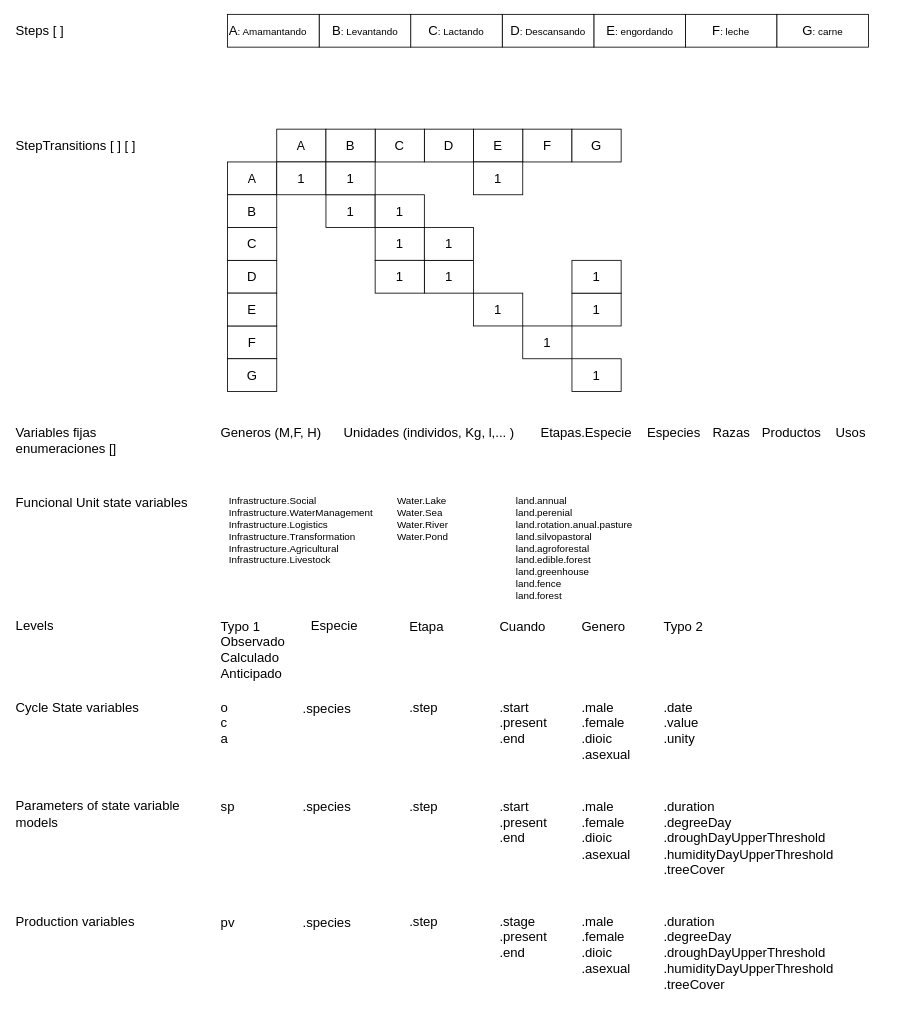
Earlier version of the draw.io diagram page "Genérico" (1 of 2) of CyclesModels.drawio (stdupas/app.agromaker). Source tidied: cells renumbered, new cells numbered last; positions are measured from the earlier drawing's top-left corner, leaving out a move shared by most shapes. Both pictures are drawn from the tidied source at 82%, with x=0, y=0 at pixel (14, 14).
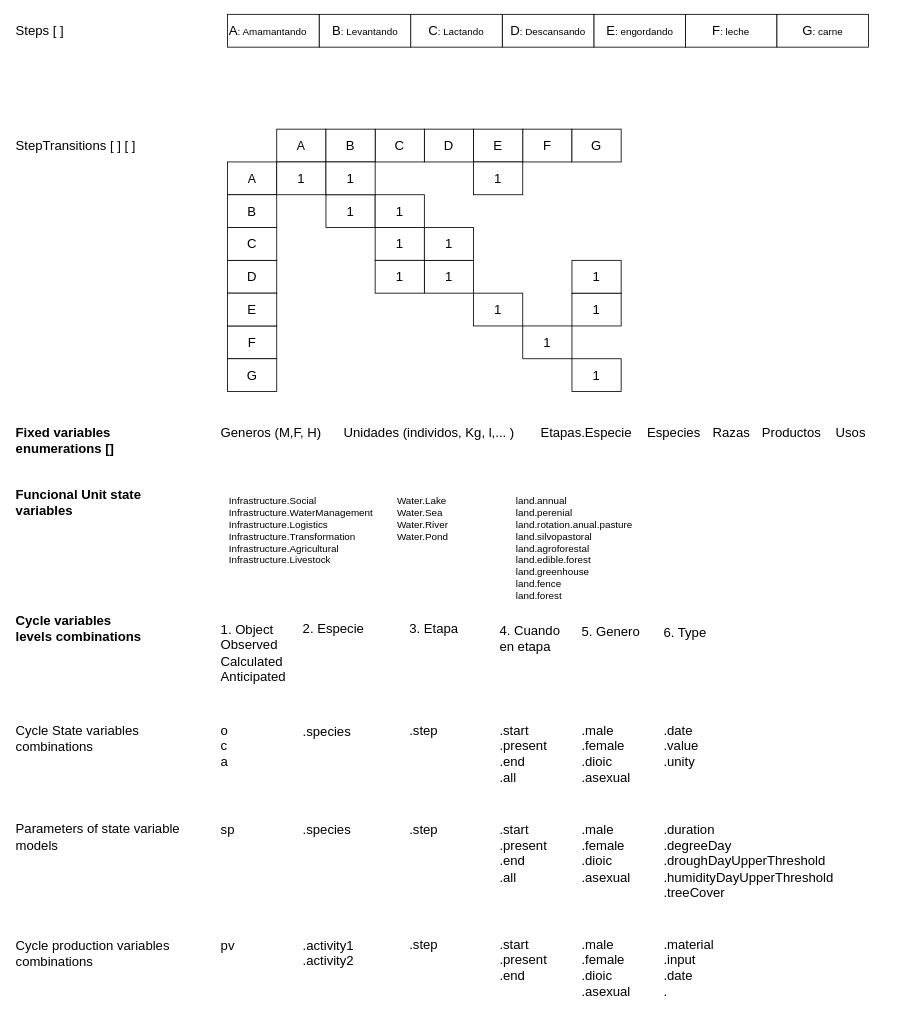
The same diagram, later.

Change to the diagram source:
```diff
@@
-    <mxCell id="4" value="Variables fijas enumeraciones [] " style="text;html=1;strokeColor=none;fillColor=none;align=left;verticalAlign=middle;whiteSpace=wrap;rounded=0;fontSize=16;" parent="1" vertex="1">
+    <mxCell id="4" value="&lt;div&gt;Fixed variables&lt;/div&gt;&lt;div&gt;enumerations [] &lt;/div&gt;" style="text;html=1;strokeColor=none;fillColor=none;align=left;verticalAlign=middle;whiteSpace=wrap;rounded=0;fontSize=16;fontStyle=1;" parent="1" vertex="1">
       <mxGeometry y="500" width="200" height="40" as="geometry" />
     </mxCell>
@@
-    <mxCell id="7" value="Levels" style="text;html=1;strokeColor=none;fillColor=none;align=left;verticalAlign=middle;whiteSpace=wrap;rounded=0;fontSize=16;" parent="1" vertex="1">
-      <mxGeometry y="730" width="160" height="30" as="geometry" />
+    <mxCell id="7" value="Cycle variables levels combinations" style="text;html=1;strokeColor=none;fillColor=none;align=left;verticalAlign=middle;whiteSpace=wrap;rounded=0;fontSize=16;fontStyle=1;" parent="1" vertex="1">
+      <mxGeometry y="734" width="160" height="30" as="geometry" />
     </mxCell>
@@
-    <mxCell id="47" value="&lt;div style=&quot;font-size: 16px;&quot;&gt;Typo 1&lt;br&gt;Observado&lt;/div&gt;&lt;div style=&quot;font-size: 16px;&quot;&gt;Calculado&lt;/div&gt;Anticipado" style="text;whiteSpace=wrap;html=1;fontSize=16;verticalAlign=top;" parent="1" vertex="1">
-      <mxGeometry x="250" y="730" width="100" height="90" as="geometry" />
-    </mxCell>
     <mxCell id="48" value="&lt;div style=&quot;font-size: 16px;&quot;&gt;o&lt;/div&gt;&lt;div style=&quot;font-size: 16px;&quot;&gt;c&lt;/div&gt;&lt;div style=&quot;font-size: 16px;&quot;&gt;a&lt;br style=&quot;font-size: 16px;&quot;&gt;&lt;/div&gt;" style="text;whiteSpace=wrap;html=1;fontSize=16;verticalAlign=top;" parent="1" vertex="1">
-      <mxGeometry x="250" y="829" width="100" height="90" as="geometry" />
+      <mxGeometry x="250" y="857" width="100" height="90" as="geometry" />
     </mxCell>
-    <mxCell id="49" value="Etapa" style="text;whiteSpace=wrap;html=1;fontSize=16;verticalAlign=top;" parent="1" vertex="1">
-      <mxGeometry x="480" y="730" width="100" height="90" as="geometry" />
-    </mxCell>
     <mxCell id="50" value=".step" style="text;whiteSpace=wrap;html=1;fontSize=16;verticalAlign=top;" parent="1" vertex="1">
-      <mxGeometry x="480" y="829" width="100" height="90" as="geometry" />
+      <mxGeometry x="480" y="857" width="100" height="90" as="geometry" />
     </mxCell>
-    <mxCell id="51" value="Cuando" style="text;whiteSpace=wrap;html=1;fontSize=16;verticalAlign=top;" parent="1" vertex="1">
-      <mxGeometry x="590" y="730" width="100" height="70" as="geometry" />
-    </mxCell>
-    <mxCell id="52" value="&lt;div&gt;.start&lt;/div&gt;&lt;div&gt;.present&lt;/div&gt;&lt;div&gt;.end&lt;br&gt;&lt;/div&gt;" style="text;whiteSpace=wrap;html=1;fontSize=16;verticalAlign=top;" parent="1" vertex="1">
-      <mxGeometry x="590" y="829" width="100" height="90" as="geometry" />
+    <mxCell id="52" value="&lt;div&gt;.start&lt;/div&gt;&lt;div&gt;.present&lt;/div&gt;&lt;div&gt;.end&lt;/div&gt;&lt;div&gt;.all&lt;br&gt;&lt;/div&gt;" style="text;whiteSpace=wrap;html=1;fontSize=16;verticalAlign=top;" parent="1" vertex="1">
+      <mxGeometry x="590" y="857" width="100" height="90" as="geometry" />
     </mxCell>
-    <mxCell id="53" value="Genero" style="text;whiteSpace=wrap;html=1;fontSize=16;verticalAlign=top;" parent="1" vertex="1">
-      <mxGeometry x="690" y="730" width="100" height="70" as="geometry" />
-    </mxCell>
     <mxCell id="54" value="&lt;div&gt;.male&lt;/div&gt;&lt;div&gt;.female&lt;br&gt;&lt;/div&gt;&lt;div&gt;.dioic&lt;/div&gt;&lt;div&gt;.asexual&lt;br&gt;&lt;/div&gt;" style="text;whiteSpace=wrap;html=1;fontSize=16;verticalAlign=top;" parent="1" vertex="1">
-      <mxGeometry x="690" y="829" width="100" height="80" as="geometry" />
+      <mxGeometry x="690" y="857" width="100" height="80" as="geometry" />
     </mxCell>
-    <mxCell id="55" value="Typo 2" style="text;whiteSpace=wrap;html=1;fontSize=16;verticalAlign=top;" parent="1" vertex="1">
-      <mxGeometry x="790" y="730" width="100" height="70" as="geometry" />
-    </mxCell>
     <mxCell id="56" value="&lt;div&gt;.date&lt;/div&gt;&lt;div&gt;.value&lt;/div&gt;&lt;div&gt;.unity&lt;br&gt;&lt;/div&gt;" style="text;whiteSpace=wrap;html=1;fontSize=16;verticalAlign=top;" parent="1" vertex="1">
-      <mxGeometry x="790" y="829" width="100" height="80" as="geometry" />
+      <mxGeometry x="790" y="857" width="100" height="80" as="geometry" />
     </mxCell>
-    <mxCell id="57" value="Cycle State variables " style="text;html=1;strokeColor=none;fillColor=none;align=left;verticalAlign=middle;whiteSpace=wrap;rounded=0;fontSize=16;" parent="1" vertex="1">
-      <mxGeometry y="830" width="220" height="30" as="geometry" />
+    <mxCell id="57" value="Cycle State variables combinations" style="text;html=1;strokeColor=none;fillColor=none;align=left;verticalAlign=middle;whiteSpace=wrap;rounded=0;fontSize=16;" parent="1" vertex="1">
+      <mxGeometry y="868" width="220" height="30" as="geometry" />
     </mxCell>
     <mxCell id="58" value="Parameters of state variable models" style="text;html=1;strokeColor=none;fillColor=none;align=left;verticalAlign=middle;whiteSpace=wrap;rounded=0;fontSize=16;" parent="1" vertex="1">
-      <mxGeometry y="960" width="220" height="30" as="geometry" />
+      <mxGeometry y="988" width="220" height="30" as="geometry" />
     </mxCell>
     <mxCell id="59" value="sp" style="text;whiteSpace=wrap;html=1;fontSize=16;verticalAlign=top;" parent="1" vertex="1">
-      <mxGeometry x="250" y="950" width="60" height="60" as="geometry" />
+      <mxGeometry x="250" y="978" width="60" height="60" as="geometry" />
     </mxCell>
     <mxCell id="60" value=".step" style="text;whiteSpace=wrap;html=1;fontSize=16;verticalAlign=top;" parent="1" vertex="1">
-      <mxGeometry x="480" y="950" width="100" height="90" as="geometry" />
+      <mxGeometry x="480" y="978" width="100" height="90" as="geometry" />
     </mxCell>
-    <mxCell id="61" value="&lt;div&gt;.start&lt;/div&gt;&lt;div&gt;.present&lt;/div&gt;&lt;div&gt;.end&lt;br&gt;&lt;/div&gt;" style="text;whiteSpace=wrap;html=1;fontSize=16;verticalAlign=top;" parent="1" vertex="1">
-      <mxGeometry x="590" y="950" width="100" height="90" as="geometry" />
+    <mxCell id="61" value="&lt;div&gt;.start&lt;/div&gt;&lt;div&gt;.present&lt;/div&gt;&lt;div&gt;.end&lt;/div&gt;&lt;div&gt;.all&lt;br&gt;&lt;/div&gt;" style="text;whiteSpace=wrap;html=1;fontSize=16;verticalAlign=top;" parent="1" vertex="1">
+      <mxGeometry x="590" y="978" width="100" height="90" as="geometry" />
     </mxCell>
     <mxCell id="62" value="&lt;div&gt;.male&lt;/div&gt;&lt;div&gt;.female&lt;br&gt;&lt;/div&gt;&lt;div&gt;.dioic&lt;/div&gt;&lt;div&gt;.asexual&lt;br&gt;&lt;/div&gt;" style="text;whiteSpace=wrap;html=1;fontSize=16;verticalAlign=top;" parent="1" vertex="1">
-      <mxGeometry x="690" y="950" width="100" height="80" as="geometry" />
+      <mxGeometry x="690" y="978" width="100" height="80" as="geometry" />
     </mxCell>
     <mxCell id="63" value="&lt;div&gt;.duration&lt;/div&gt;&lt;div&gt;.degreeDay&lt;/div&gt;&lt;div&gt;.droughDayUpperThreshold&lt;/div&gt;&lt;div&gt;.humidityDayUpperThreshold&lt;/div&gt;&lt;div&gt;.treeCover&lt;br&gt;&lt;/div&gt;" style="text;whiteSpace=wrap;html=1;fontSize=16;verticalAlign=top;" parent="1" vertex="1">
-      <mxGeometry x="790" y="950" width="100" height="80" as="geometry" />
+      <mxGeometry x="790" y="978" width="100" height="80" as="geometry" />
     </mxCell>
-    <mxCell id="64" value="Production variables" style="text;html=1;strokeColor=none;fillColor=none;align=left;verticalAlign=middle;whiteSpace=wrap;rounded=0;fontSize=16;" parent="1" vertex="1">
-      <mxGeometry y="1091" width="220" height="30" as="geometry" />
+    <mxCell id="64" value="Cycle production variables combinations" style="text;html=1;strokeColor=none;fillColor=none;align=left;verticalAlign=middle;whiteSpace=wrap;rounded=0;fontSize=16;" parent="1" vertex="1">
+      <mxGeometry y="1130" width="220" height="30" as="geometry" />
     </mxCell>
     <mxCell id="65" value="pv" style="text;whiteSpace=wrap;html=1;fontSize=16;verticalAlign=top;" parent="1" vertex="1">
-      <mxGeometry x="250" y="1091" width="100" height="90" as="geometry" />
+      <mxGeometry x="250" y="1119" width="100" height="90" as="geometry" />
     </mxCell>
     <mxCell id="66" value=".step" style="text;whiteSpace=wrap;html=1;fontSize=16;verticalAlign=top;" parent="1" vertex="1">
-      <mxGeometry x="480" y="1090" width="100" height="90" as="geometry" />
+      <mxGeometry x="480" y="1118" width="100" height="90" as="geometry" />
     </mxCell>
-    <mxCell id="67" value="&lt;div&gt;.stage&lt;/div&gt;&lt;div&gt;.present&lt;/div&gt;&lt;div&gt;.end&lt;br&gt;&lt;/div&gt;" style="text;whiteSpace=wrap;html=1;fontSize=16;verticalAlign=top;" parent="1" vertex="1">
-      <mxGeometry x="590" y="1090" width="100" height="90" as="geometry" />
+    <mxCell id="67" value="&lt;div&gt;.start&lt;/div&gt;&lt;div&gt;.present&lt;/div&gt;&lt;div&gt;.end&lt;br&gt;&lt;/div&gt;" style="text;whiteSpace=wrap;html=1;fontSize=16;verticalAlign=top;" parent="1" vertex="1">
+      <mxGeometry x="590" y="1118" width="100" height="90" as="geometry" />
     </mxCell>
     <mxCell id="68" value="&lt;div&gt;.male&lt;/div&gt;&lt;div&gt;.female&lt;br&gt;&lt;/div&gt;&lt;div&gt;.dioic&lt;/div&gt;&lt;div&gt;.asexual&lt;br&gt;&lt;/div&gt;" style="text;whiteSpace=wrap;html=1;fontSize=16;verticalAlign=top;" parent="1" vertex="1">
-      <mxGeometry x="690" y="1090" width="100" height="80" as="geometry" />
+      <mxGeometry x="690" y="1118" width="100" height="80" as="geometry" />
     </mxCell>
-    <mxCell id="69" value="&lt;div&gt;.duration&lt;/div&gt;&lt;div&gt;.degreeDay&lt;/div&gt;&lt;div&gt;.droughDayUpperThreshold&lt;/div&gt;&lt;div&gt;.humidityDayUpperThreshold&lt;/div&gt;&lt;div&gt;.treeCover&lt;br&gt;&lt;/div&gt;" style="text;whiteSpace=wrap;html=1;fontSize=16;verticalAlign=top;" parent="1" vertex="1">
-      <mxGeometry x="790" y="1090" width="100" height="80" as="geometry" />
+    <mxCell id="69" value="&lt;div&gt;.material&lt;/div&gt;&lt;div&gt;.input&lt;/div&gt;&lt;div&gt;.date&lt;/div&gt;&lt;div&gt;.&lt;br&gt;&lt;/div&gt;" style="text;whiteSpace=wrap;html=1;fontSize=16;verticalAlign=top;" parent="1" vertex="1">
+      <mxGeometry x="790" y="1118" width="100" height="80" as="geometry" />
     </mxCell>
@@
-    <mxCell id="72" value="Especie" style="text;html=1;strokeColor=none;fillColor=none;align=left;verticalAlign=middle;whiteSpace=wrap;rounded=0;fontSize=16;" parent="1" vertex="1">
-      <mxGeometry x="360" y="735" width="100" height="20" as="geometry" />
+    <mxCell id="72" value="2. Especie" style="text;html=1;strokeColor=none;fillColor=none;align=left;verticalAlign=middle;whiteSpace=wrap;rounded=0;fontSize=16;" parent="1" vertex="1">
+      <mxGeometry x="350" y="730" width="100" height="38" as="geometry" />
     </mxCell>
     <mxCell id="73" value=".species" style="text;whiteSpace=wrap;html=1;fontSize=16;verticalAlign=top;" parent="1" vertex="1">
-      <mxGeometry x="350" y="830" width="100" height="99" as="geometry" />
+      <mxGeometry x="350" y="858" width="100" height="99" as="geometry" />
     </mxCell>
     <mxCell id="74" value=".species" style="text;whiteSpace=wrap;html=1;fontSize=16;verticalAlign=top;" parent="1" vertex="1">
-      <mxGeometry x="350" y="950" width="100" height="90" as="geometry" />
+      <mxGeometry x="350" y="978" width="100" height="90" as="geometry" />
     </mxCell>
-    <mxCell id="75" value=".species" style="text;whiteSpace=wrap;html=1;fontSize=16;verticalAlign=top;" parent="1" vertex="1">
-      <mxGeometry x="350" y="1091" width="100" height="90" as="geometry" />
+    <mxCell id="75" value="&lt;div&gt;.activity1&lt;/div&gt;&lt;div&gt;.activity2&lt;br&gt;&lt;/div&gt;" style="text;whiteSpace=wrap;html=1;fontSize=16;verticalAlign=top;" parent="1" vertex="1">
+      <mxGeometry x="350" y="1119" width="100" height="90" as="geometry" />
     </mxCell>
@@
-    <mxCell id="79" value="Funcional Unit state variables" style="text;html=1;strokeColor=none;fillColor=none;align=left;verticalAlign=middle;whiteSpace=wrap;rounded=0;fontSize=16;" parent="1" vertex="1">
+    <mxCell id="79" value="Funcional Unit state variables" style="text;html=1;strokeColor=none;fillColor=none;align=left;verticalAlign=middle;whiteSpace=wrap;rounded=0;fontSize=16;fontStyle=1;" parent="1" vertex="1">
       <mxGeometry y="580" width="220" height="30" as="geometry" />
     </mxCell>
@@
+    <mxCell id="83" value="1. Object&lt;div&gt;&lt;div style=&quot;font-size: 16px;&quot;&gt;Observed&lt;/div&gt;&lt;div style=&quot;font-size: 16px;&quot;&gt;Calculated&lt;/div&gt;Anticipated&lt;/div&gt;" style="text;html=1;strokeColor=none;fillColor=none;align=left;verticalAlign=middle;whiteSpace=wrap;rounded=0;fontSize=16;" parent="1" vertex="1">
+      <mxGeometry x="250" y="738" width="100" height="82" as="geometry" />
+    </mxCell>
+    <mxCell id="84" value="3. Etapa" style="text;html=1;strokeColor=none;fillColor=none;align=left;verticalAlign=middle;whiteSpace=wrap;rounded=0;fontSize=16;" parent="1" vertex="1">
+      <mxGeometry x="480" y="730" width="100" height="38" as="geometry" />
+    </mxCell>
+    <mxCell id="85" value="4. Cuando en etapa" style="text;html=1;strokeColor=none;fillColor=none;align=left;verticalAlign=middle;whiteSpace=wrap;rounded=0;fontSize=16;" parent="1" vertex="1">
+      <mxGeometry x="590" y="730" width="85" height="62" as="geometry" />
+    </mxCell>
+    <mxCell id="86" value="5. Genero" style="text;html=1;strokeColor=none;fillColor=none;align=left;verticalAlign=middle;whiteSpace=wrap;rounded=0;fontSize=16;" parent="1" vertex="1">
+      <mxGeometry x="690" y="734" width="100" height="38" as="geometry" />
+    </mxCell>
+    <mxCell id="87" value="6. Type " style="text;html=1;strokeColor=none;fillColor=none;align=left;verticalAlign=middle;whiteSpace=wrap;rounded=0;fontSize=16;" parent="1" vertex="1">
+      <mxGeometry x="790" y="738" width="100" height="32" as="geometry" />
+    </mxCell>
```
